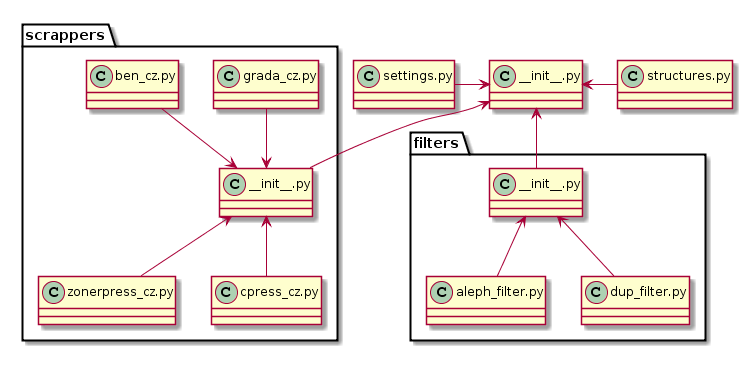
Earlier version of the PlantUML export docs/_static/relations.png (edeposit/edeposit.amqp.harvester). Source of this version:
```plantuml
@startuml
package scrappers {
    class "grada_cz.py" as grada
    class "ben_cz.py" as ben
    class "zonerpress_cz.py" as zonerpress
    class "cpress_cz.py" as cpress
    class "_?_init__.py" as scrappersinit

    cpress -u-> scrappersinit
    zonerpress -u-> scrappersinit
    grada -d-> scrappersinit
    ben -d-> scrappersinit
}

package filters {
    class "aleph_filter.py" as alephfilter
    class "dup_filter.py" as dupfilter
    class "_?_init__.py" as filtersinit

    alephfilter -u-> filtersinit
    dupfilter -u-> filtersinit
}

class "settings.py" as settings
class "structures.py" as structures
class "_?_init__.py" as init

filtersinit -u-> init
scrappersinit -u-> init
settings -r-> init
structures -l-> init
@enduml
```
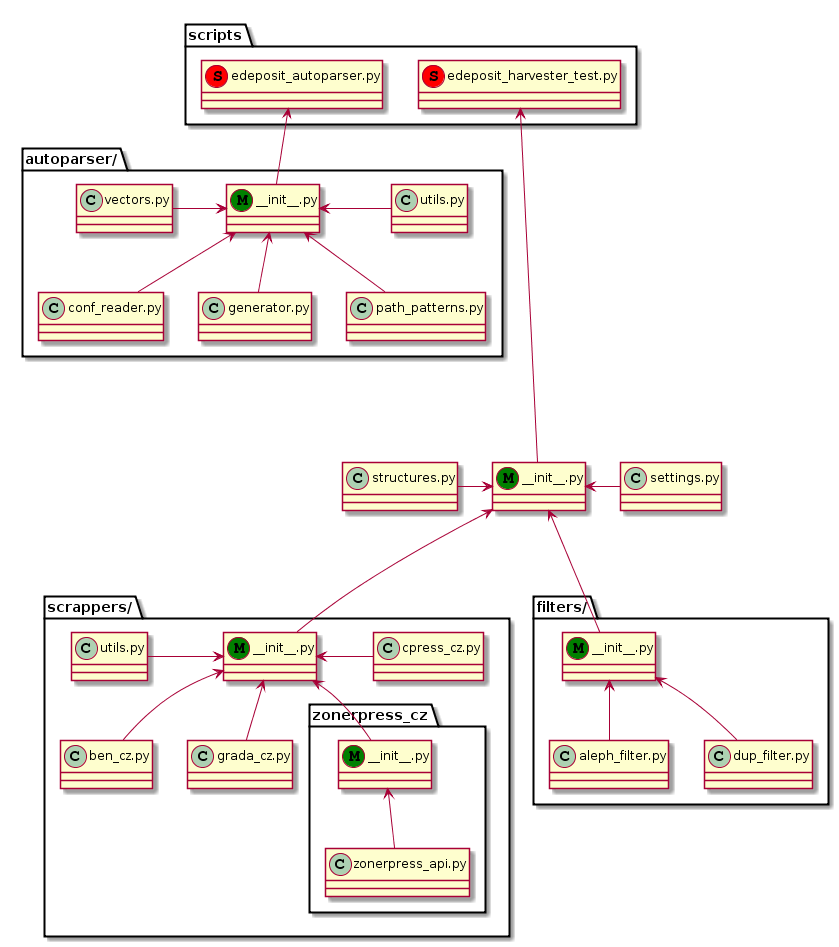
Later version of the same file.

Commit message:
#2: Added diagram of the module relations.

What changed in the source:
```diff
@@ -1,32 +1,81 @@
 @startuml
-package scrappers {
-    class "grada_cz.py" as grada
-    class "ben_cz.py" as ben
-    class "zonerpress_cz.py" as zonerpress
-    class "cpress_cz.py" as cpress
-    class "_?_init__.py" as scrappersinit
+package scrappers/ {
+    class scrappers_init as "_?_init__.py" <<M, Green>> {
+    }
+    class ben_cz as "ben_cz.py" {
+    }
+    class cpress_cz as "cpress_cz.py" {
+    }
+    class grada_cz as "grada_cz.py" {
+    }
+    class scrrappers_utils as "utils.py" {
+    }
+    package zonerpress_cz {
+        class zonerapi as "zonerpress_api.py" {
+        }
+        class zoner_init as "_?_init__.py" <<M, Green>> {
+        }
+    }
+}
+zonerapi -u-> zoner_init
+zoner_init -u-> scrappers_init
+ben_cz -u-> scrappers_init
+cpress_cz -l-> scrappers_init
+grada_cz -u-> scrappers_init
+scrrappers_utils -r-> scrappers_init
 
-    cpress -u-> scrappersinit
-    zonerpress -u-> scrappersinit
-    grada -d-> scrappersinit
-    ben -d-> scrappersinit
+package filters/ {
+    class filtersinit as "_?_init__.py" <<M, Green>> {
+    }
+    class aleph_filter as "aleph_filter.py" {
+    }
+    class dup_filter as "dup_filter.py" {
+    }
+}
+aleph_filter -u-> filtersinit
+dup_filter -u-> filtersinit
+
+package autoparser/ {
+    class autoparser_init as "_?_init__.py" <<M, Green>> {
+    }
+    class conf_reader as "conf_reader.py" {
+    }
+    class generator as "generator.py" {
+    }
+    class path_patterns as "path_patterns.py" {
+    }
+    class autoparser_utils as "utils.py" {
+    }
+    class vectors as "vectors.py" {
+    }
+}
+conf_reader -u-> autoparser_init
+generator -u-> autoparser_init
+path_patterns -u-> autoparser_init
+autoparser_utils -l-> autoparser_init
+vectors -r-> autoparser_init
+
+
+class init as "_?_init__.py" <<M, Green>> {
+}
+class settings as "settings.py" {
+}
+class structures as "structures.py" {
 }
 
-package filters {
-    class "aleph_filter.py" as alephfilter
-    class "dup_filter.py" as dupfilter
-    class "_?_init__.py" as filtersinit
 
-    alephfilter -u-> filtersinit
-    dupfilter -u-> filtersinit
+filtersinit -u--> init
+scrappers_init -u--> init
+structures -r-> init
+settings -l-> init
+
+package scripts {
+    class edeposit_harvester_test as "edeposit_harvester_test.py" <<S, Red>> {
+    }
+    class edeposit_autoparser as "edeposit_autoparser.py" <<S, Red>> {
+    }
 }
 
-class "settings.py" as settings
-class "structures.py" as structures
-class "_?_init__.py" as init
-
-filtersinit -u-> init
-scrappersinit -u-> init
-settings -r-> init
-structures -l-> init
+init -u----> edeposit_harvester_test
+autoparser_init -l--> edeposit_autoparser
 @enduml
```
